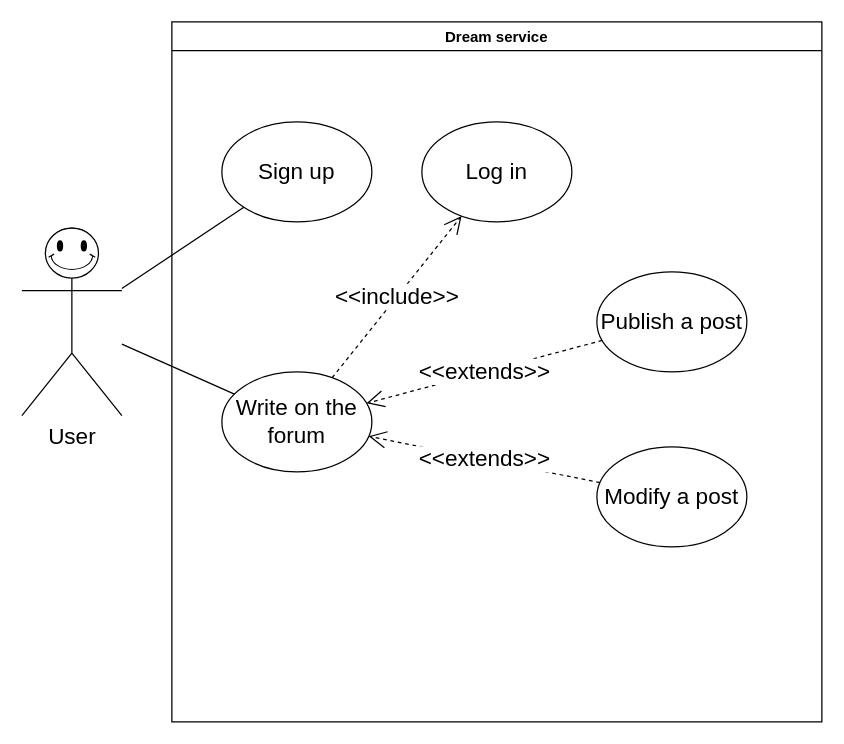
This is page "User" (1 of 4) of Use cases diagram/UseCase.drawio from matteovisotto/SE2-CecchettoSirianiVisotto, a draw.io file, before an edit. Source tidied: cells renumbered, new cells numbered last; positions are measured from the earlier drawing's top-left corner, leaving out a move shared by most shapes. Both pictures are drawn from the tidied source at 125%, with x=0, y=0 at pixel (21, 21).
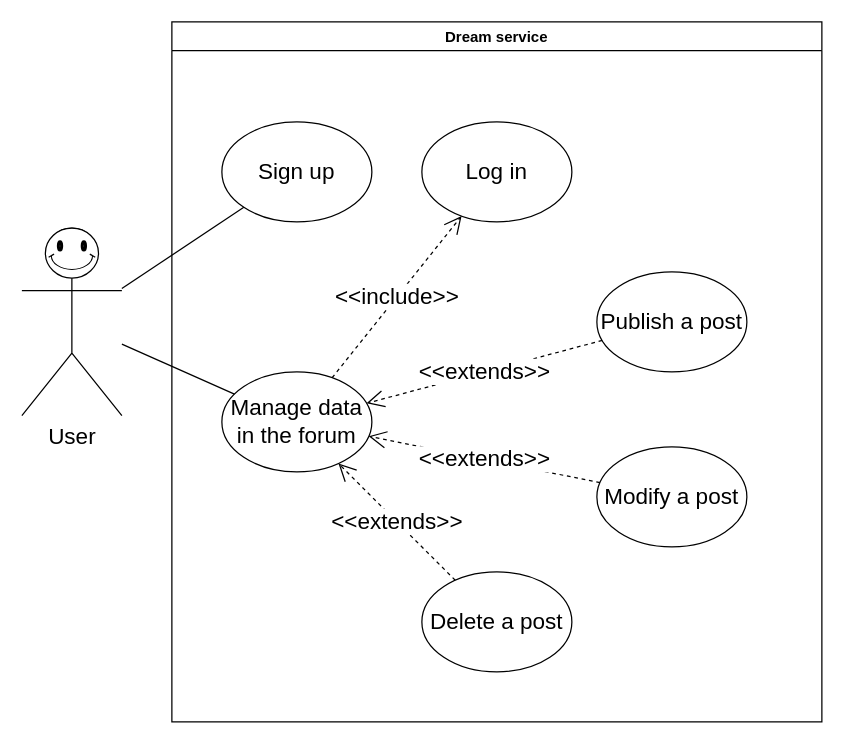
The same diagram, later.

The edit, as a diff of the source:
```diff
@@
 <mxGraphModel>
   <root>
     <mxCell id="0" />
     <mxCell id="1" parent="0" />
     <mxCell id="2" value="&lt;font style=&quot;font-size: 18px&quot;&gt;User&lt;/font&gt;" style="shape=umlActor;verticalLabelPosition=bottom;verticalAlign=top;html=1;outlineConnect=0;" parent="1" vertex="1">
       <mxGeometry y="165" width="80" height="150" as="geometry" />
     </mxCell>
     <mxCell id="3" value="Dream service" style="swimlane;" parent="1" vertex="1">
       <mxGeometry x="120" width="520" height="560" as="geometry" />
     </mxCell>
     <mxCell id="4" value="&lt;font style=&quot;font-size: 18px&quot;&gt;Sign up&lt;/font&gt;" style="ellipse;whiteSpace=wrap;html=1;" parent="3" vertex="1">
       <mxGeometry x="40" y="80" width="120" height="80" as="geometry" />
     </mxCell>
     <mxCell id="5" value="&lt;font style=&quot;font-size: 18px&quot;&gt;Publish a post&lt;/font&gt;" style="ellipse;whiteSpace=wrap;html=1;" parent="3" vertex="1">
       <mxGeometry x="340" y="200" width="120" height="80" as="geometry" />
     </mxCell>
     <mxCell id="6" value="&lt;font style=&quot;font-size: 18px&quot;&gt;Modify a post&lt;/font&gt;" style="ellipse;whiteSpace=wrap;html=1;" parent="3" vertex="1">
       <mxGeometry x="340" y="340" width="120" height="80" as="geometry" />
     </mxCell>
     <mxCell id="7" value="&lt;font style=&quot;font-size: 18px&quot;&gt;Log in&lt;/font&gt;" style="ellipse;whiteSpace=wrap;html=1;" parent="3" vertex="1">
       <mxGeometry x="200" y="80" width="120" height="80" as="geometry" />
     </mxCell>
     <mxCell id="8" value="&lt;font style=&quot;font-size: 18px&quot;&gt;&amp;lt;&amp;lt;include&amp;gt;&amp;gt;&lt;/font&gt;" style="endArrow=open;endSize=12;dashed=1;html=1;rounded=0;" parent="3" edge="1" source="9" target="7">
       <mxGeometry relative="1" as="geometry" />
     </mxCell>
-    <mxCell id="9" value="&lt;font style=&quot;font-size: 18px&quot;&gt;Write on the forum&lt;/font&gt;" style="ellipse;whiteSpace=wrap;html=1;" parent="3" vertex="1">
+    <mxCell id="9" value="&lt;font style=&quot;font-size: 18px&quot;&gt;Manage data in the forum&lt;/font&gt;" style="ellipse;whiteSpace=wrap;html=1;" parent="3" vertex="1">
       <mxGeometry x="40" y="280" width="120" height="80" as="geometry" />
     </mxCell>
     <mxCell id="10" value="&lt;font style=&quot;font-size: 18px&quot;&gt;&amp;lt;&amp;lt;extends&amp;gt;&amp;gt;&lt;/font&gt;" style="endArrow=open;endSize=12;dashed=1;html=1;rounded=0;" parent="3" edge="1" source="5" target="9">
       <mxGeometry relative="1" as="geometry" />
     </mxCell>
     <mxCell id="11" value="&lt;font style=&quot;font-size: 18px&quot;&gt;&amp;lt;&amp;lt;extends&amp;gt;&amp;gt;&lt;/font&gt;" style="endArrow=open;endSize=12;dashed=1;html=1;rounded=0;" parent="3" edge="1" source="6" target="9">
       <mxGeometry relative="1" as="geometry" />
     </mxCell>
+    <mxCell id="15" value="&lt;font style=&quot;font-size: 18px&quot;&gt;Delete a post&lt;/font&gt;" style="ellipse;whiteSpace=wrap;html=1;" parent="3" vertex="1">
+      <mxGeometry x="200" y="440" width="120" height="80" as="geometry" />
+    </mxCell>
+    <mxCell id="16" value="&lt;font style=&quot;font-size: 18px&quot;&gt;&amp;lt;&amp;lt;extends&amp;gt;&amp;gt;&lt;/font&gt;" style="endArrow=open;endSize=12;dashed=1;html=1;rounded=0;" parent="3" edge="1" source="15" target="9">
+      <mxGeometry relative="1" as="geometry" />
+    </mxCell>
     <mxCell id="12" style="verticalLabelPosition=bottom;verticalAlign=top;html=1;shape=mxgraph.basic.smiley;" parent="1" vertex="1">
       <mxGeometry x="18.8" y="165" width="42.5" height="40" as="geometry" />
     </mxCell>
     <mxCell id="13" style="endArrow=none;html=1;rounded=0;" parent="1" edge="1" source="2" target="4">
       <mxGeometry relative="1" as="geometry" />
     </mxCell>
     <mxCell id="14" style="endArrow=none;html=1;rounded=0;" parent="1" edge="1" source="2" target="9">
       <mxGeometry relative="1" as="geometry" />
     </mxCell>
   </root>
 </mxGraphModel>
```
